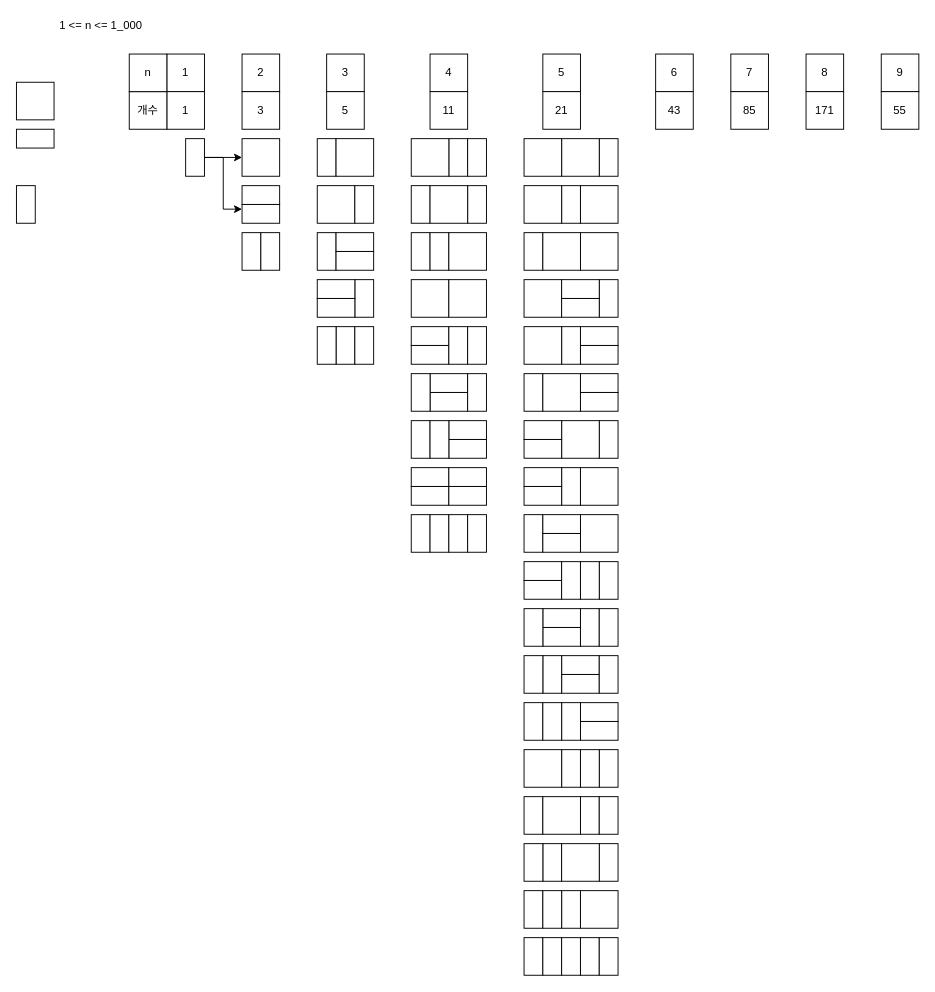
Before: CLASS/CLASS 3/11727 2xn 타일링 2/11727.drawio in TaegyuHan/BackJoon_C, a draw.io diagram. Source tidied: cells renumbered, new cells numbered last; positions are measured from the earlier drawing's top-left corner, leaving out a move shared by most shapes. Both pictures are drawn from the tidied source at 94%, with x=0, y=0 at pixel (16, 16).
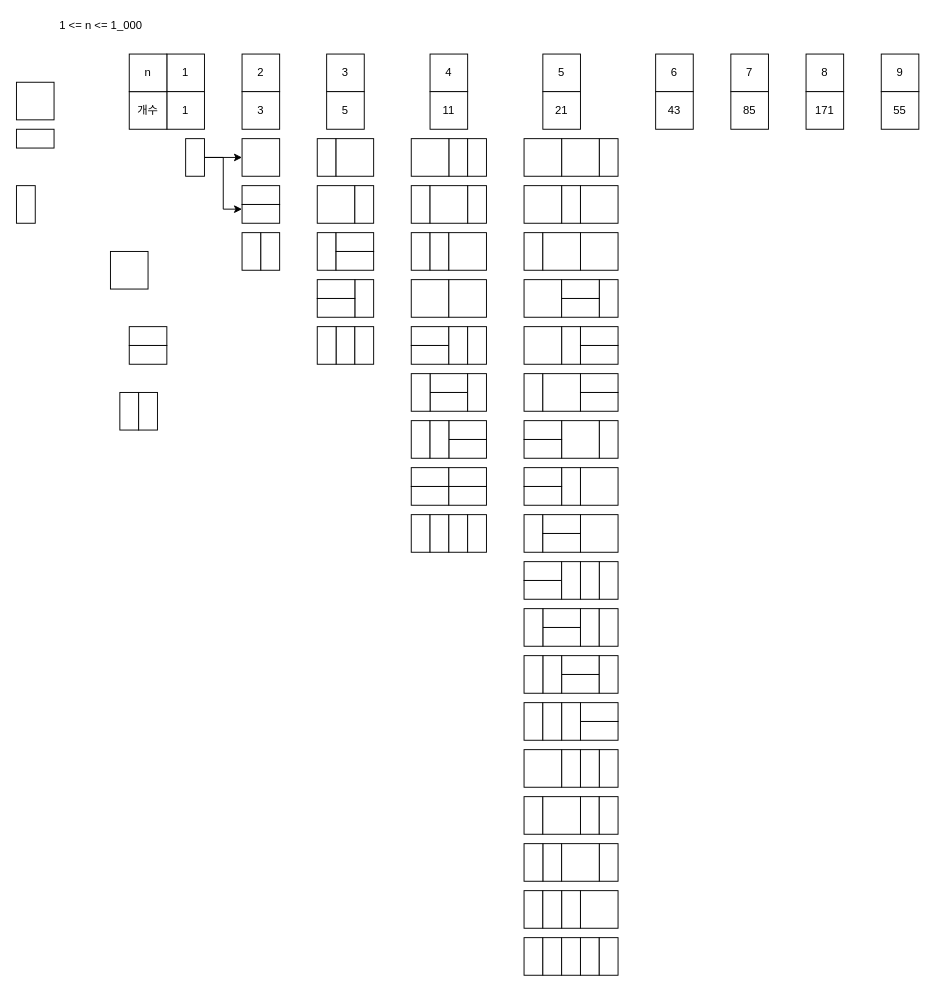
After the change.

Change to the diagram source:
```diff
@@
+    <mxCell id="152" style="rounded=0;whiteSpace=wrap;html=1;" parent="1" vertex="1">
+      <mxGeometry x="100" y="250" width="40" height="40" as="geometry" />
+    </mxCell>
+    <mxCell id="153" style="rounded=0;whiteSpace=wrap;html=1;" parent="1" vertex="1">
+      <mxGeometry x="120" y="330" width="40" height="20" as="geometry" />
+    </mxCell>
+    <mxCell id="154" style="rounded=0;whiteSpace=wrap;html=1;" parent="1" vertex="1">
+      <mxGeometry x="120" y="350" width="40" height="20" as="geometry" />
+    </mxCell>
+    <mxCell id="155" style="rounded=0;whiteSpace=wrap;html=1;" parent="1" vertex="1">
+      <mxGeometry x="110" y="400" width="20" height="40" as="geometry" />
+    </mxCell>
+    <mxCell id="156" style="rounded=0;whiteSpace=wrap;html=1;" parent="1" vertex="1">
+      <mxGeometry x="130" y="400" width="20" height="40" as="geometry" />
+    </mxCell>
```
